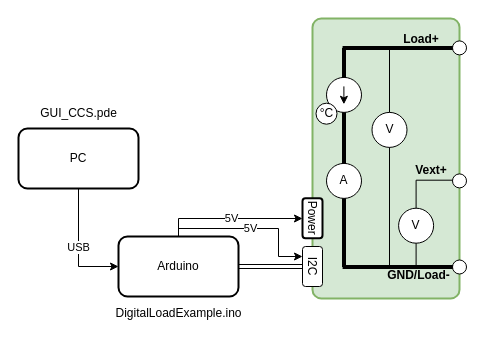
Above: page "Example Setup" (2 of 3) of documentation/CCS-block-diagram.drawio in RedlabsDE/Digital-DC-Load (draw.io), before the change. Source tidied: cells renumbered, new cells numbered last; positions are measured from the earlier drawing's top-left corner, leaving out a move shared by most shapes. Both pictures are drawn from the tidied source at 100%, with x=0, y=0 at pixel (18, 18).
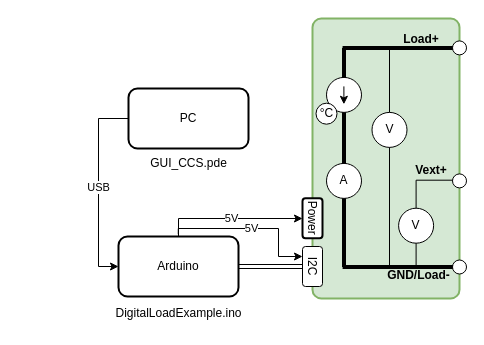
Above is the later version.

The change refers to these unchanged cells:
```xml
<mxCell id="30" value="I2C" style="rounded=1;whiteSpace=wrap;html=1;rotation=90;" parent="2" vertex="1">
  <mxGeometry x="-10" y="238" width="40" height="20" as="geometry" />
</mxCell>
<mxCell id="33" value="&lt;div&gt;Arduino&lt;/div&gt;" style="rounded=1;whiteSpace=wrap;html=1;strokeWidth=2;" parent="1" vertex="1">
  <mxGeometry x="100" y="218" width="120" height="60" as="geometry" />
</mxCell>
```

The edit, as a diff of the source:
```diff
@@
-    <mxCell id="34" value="USB" style="edgeStyle=orthogonalEdgeStyle;rounded=0;jettySize=auto;html=1;entryX=0;entryY=0.5;entryDx=0;entryDy=0;" parent="1" edge="1" source="35" target="33">
+    <mxCell id="34" value="USB" style="edgeStyle=orthogonalEdgeStyle;rounded=0;jettySize=auto;html=1;entryX=0;entryY=0.5;entryDx=0;entryDy=0;exitX=0;exitY=0.5;exitDx=0;exitDy=0;" parent="1" edge="1" source="35" target="33">
       <mxGeometry relative="1" as="geometry" />
     </mxCell>
     <mxCell id="35" value="PC" style="rounded=1;whiteSpace=wrap;html=1;strokeWidth=2;" parent="1" vertex="1">
-      <mxGeometry y="110" width="120" height="60" as="geometry" />
+      <mxGeometry x="110" y="70" width="120" height="60" as="geometry" />
     </mxCell>
@@
     <mxCell id="37" value="GUI_CCS.pde" style="text;html=1;align=center;verticalAlign=middle;strokeColor=none;fillColor=none;" parent="1" vertex="1">
-      <mxGeometry x="10" y="80" width="100" height="30" as="geometry" />
+      <mxGeometry x="120" y="130" width="100" height="30" as="geometry" />
     </mxCell>
-    <mxCell id="38" value="5V" style="edgeStyle=orthogonalEdgeStyle;rounded=0;jettySize=auto;html=1;exitX=0.5;exitY=0;exitDx=0;exitDy=0;entryX=0.25;entryY=1;entryDx=0;entryDy=0;" parent="1" edge="1" source="33" target="30">
+    <mxCell id="38" value="5V" style="edgeStyle=orthogonalEdgeStyle;rounded=0;jettySize=auto;html=1;entryX=0.25;entryY=1;entryDx=0;entryDy=0;exitX=0.498;exitY=-0.037;exitDx=0;exitDy=0;exitPerimeter=0;" parent="1" edge="1" source="33" target="30">
       <mxGeometry relative="1" as="geometry">
         <Array as="points">
           <mxPoint x="160" y="210" />
           <mxPoint x="260" y="210" />
           <mxPoint x="260" y="238" />
         </Array>
       </mxGeometry>
     </mxCell>
```
